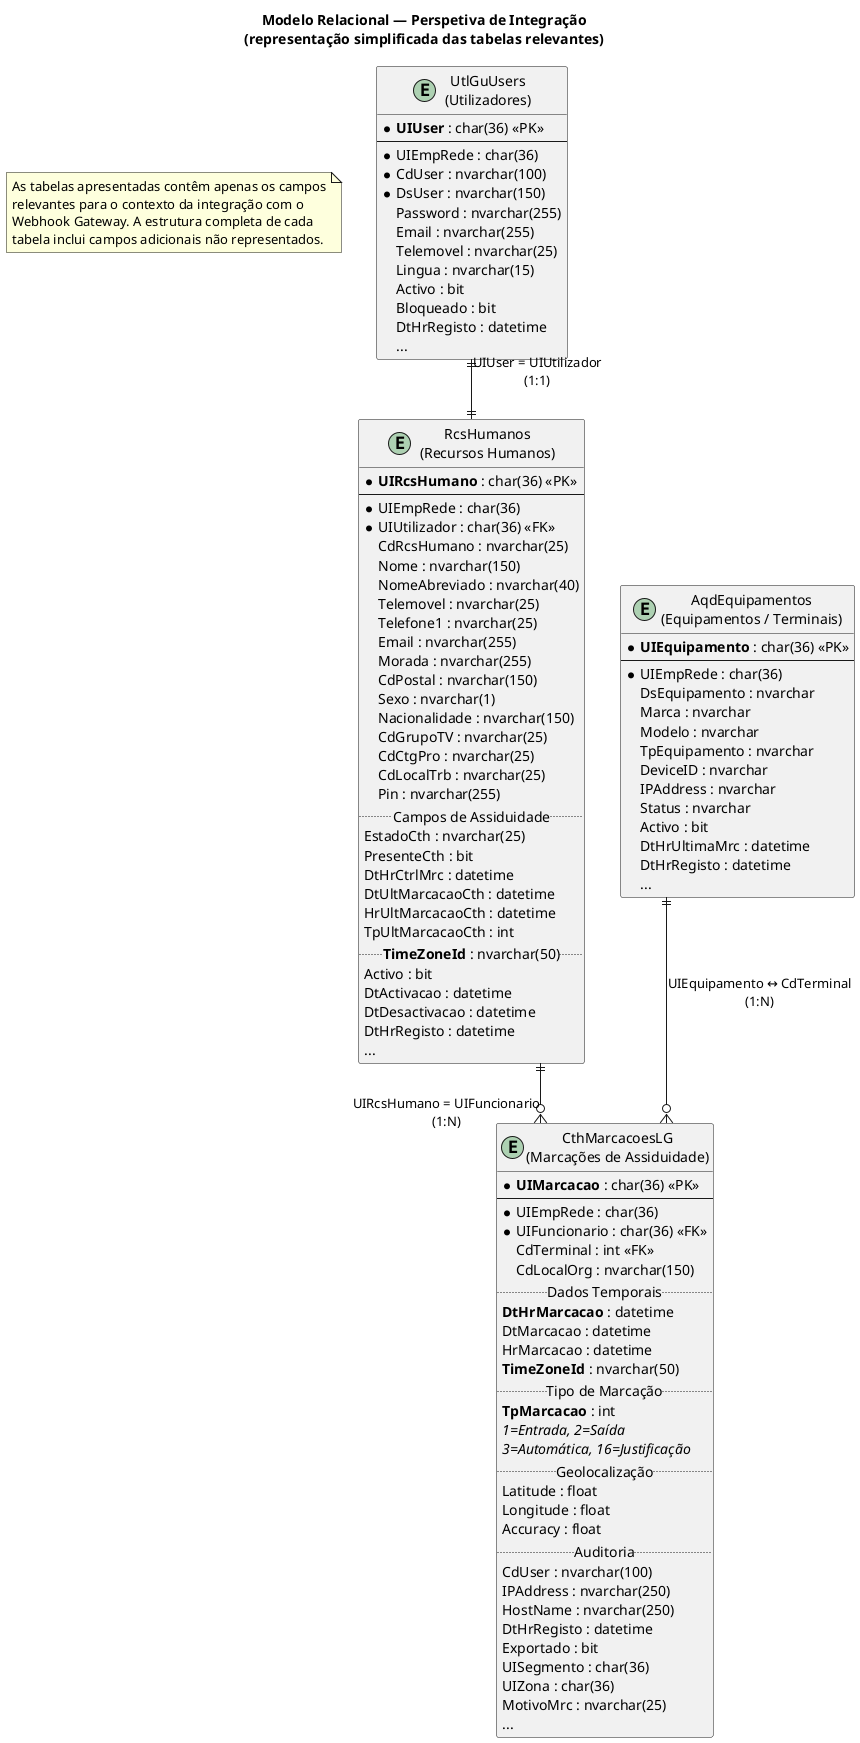
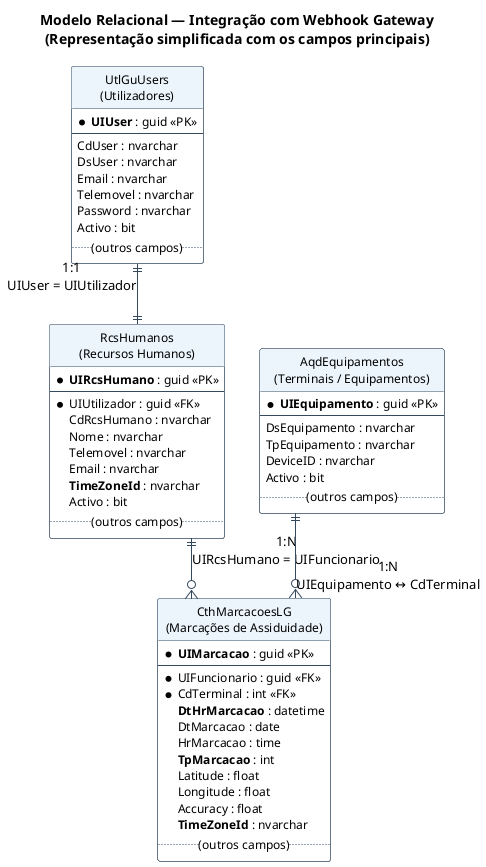
@startuml modelo_relacional
- skinparam backgroundColor #FFFFFF
+ hide circle
+ skinparam linetype ortho
skinparam shadowing false
skinparam defaultFontName "Segoe UI"
- skinparam linetype ortho

- title Modelo Relacional — Perspetiva de Integração\n(representação simplificada das tabelas relevantes)
- 
- ' ─── Nota de Contexto ─────────────────────────────────────
- note as N1
-   As tabelas apresentadas contêm apenas os campos
-   relevantes para o contexto da integração com o
-   Webhook Gateway. A estrutura completa de cada
-   tabela inclui campos adicionais não representados.
- end note
- 
- ' ─── Tabela de Utilizadores ───────────────────────────────
- entity "UtlGuUsers\n(Utilizadores)" as UTL {
-     * **UIUser** : char(36) <<PK>>
-     --
-     * UIEmpRede : char(36)
-     * CdUser : nvarchar(100)
-     * DsUser : nvarchar(150)
-       Password : nvarchar(255)
-       Email : nvarchar(255)
-       Telemovel : nvarchar(25)
-       Lingua : nvarchar(15)
-       Activo : bit
-       Bloqueado : bit
-       DtHrRegisto : datetime
-       ...
+ skinparam class {
+     BackgroundColor #FFFFFF
+     BorderColor #34495E
+     ArrowColor #34495E
+     HeaderBackgroundColor #EBF5FB
+     FontSize 13
+     AttributeFontSize 12
}

- ' ─── Tabela de Recursos Humanos ───────────────────────────
- entity "RcsHumanos\n(Recursos Humanos)" as RCS {
-     * **UIRcsHumano** : char(36) <<PK>>
+ title Modelo Relacional — Integração com Webhook Gateway\n(Representação simplificada com os campos principais)
+ 
+ entity "UtlGuUsers\n(Utilizadores)" as UTL {
+     * **UIUser** : guid <<PK>>
    --
-     * UIEmpRede : char(36)
-     * UIUtilizador : char(36) <<FK>>
-       CdRcsHumano : nvarchar(25)
-       Nome : nvarchar(150)
-       NomeAbreviado : nvarchar(40)
-       Telemovel : nvarchar(25)
-       Telefone1 : nvarchar(25)
-       Email : nvarchar(255)
-       Morada : nvarchar(255)
-       CdPostal : nvarchar(150)
-       Sexo : nvarchar(1)
-       Nacionalidade : nvarchar(150)
-       CdGrupoTV : nvarchar(25)
-       CdCtgPro : nvarchar(25)
-       CdLocalTrb : nvarchar(25)
-       Pin : nvarchar(255)
-     ..Campos de Assiduidade..
-       EstadoCth : nvarchar(25)
-       PresenteCth : bit
-       DtHrCtrlMrc : datetime
-       DtUltMarcacaoCth : datetime
-       HrUltMarcacaoCth : datetime
-       TpUltMarcacaoCth : int
-     ..**TimeZoneId** : nvarchar(50)..
-       Activo : bit
-       DtActivacao : datetime
-       DtDesactivacao : datetime
-       DtHrRegisto : datetime
-       ...
+     CdUser : nvarchar
+     DsUser : nvarchar
+     Email : nvarchar
+     Telemovel : nvarchar
+     Password : nvarchar
+     Activo : bit
+     .. (outros campos) ..
}

- ' ─── Tabela de Marcações ──────────────────────────────────
- entity "CthMarcacoesLG\n(Marcações de Assiduidade)" as MRC {
-     * **UIMarcacao** : char(36) <<PK>>
+ entity "RcsHumanos\n(Recursos Humanos)" as RCS {
+     * **UIRcsHumano** : guid <<PK>>
    --
-     * UIEmpRede : char(36)
-     * UIFuncionario : char(36) <<FK>>
-       CdTerminal : int <<FK>>
-       CdLocalOrg : nvarchar(150)
-     ..Dados Temporais..
-       **DtHrMarcacao** : datetime
-       DtMarcacao : datetime
-       HrMarcacao : datetime
-       **TimeZoneId** : nvarchar(50)
-     ..Tipo de Marcação..
-       **TpMarcacao** : int
-       //1=Entrada, 2=Saída//
-       //3=Automática, 16=Justificação//
-     ..Geolocalização..
-       Latitude : float
-       Longitude : float
-       Accuracy : float
-     ..Auditoria..
-       CdUser : nvarchar(100)
-       IPAddress : nvarchar(250)
-       HostName : nvarchar(250)
-       DtHrRegisto : datetime
-       Exportado : bit
-       UISegmento : char(36)
-       UIZona : char(36)
-       MotivoMrc : nvarchar(25)
-       ...
+     * UIUtilizador : guid <<FK>>
+     CdRcsHumano : nvarchar
+     Nome : nvarchar
+     Telemovel : nvarchar
+     Email : nvarchar
+     **TimeZoneId** : nvarchar
+     Activo : bit
+     .. (outros campos) ..
}

- ' ─── Tabela de Equipamentos ───────────────────────────────
- entity "AqdEquipamentos\n(Equipamentos / Terminais)" as EQP {
-     * **UIEquipamento** : char(36) <<PK>>
+ entity "CthMarcacoesLG\n(Marcações de Assiduidade)" as MRC {
+     * **UIMarcacao** : guid <<PK>>
    --
-     * UIEmpRede : char(36)
-       DsEquipamento : nvarchar
-       Marca : nvarchar
-       Modelo : nvarchar
-       TpEquipamento : nvarchar
-       DeviceID : nvarchar
-       IPAddress : nvarchar
-       Status : nvarchar
-       Activo : bit
-       DtHrUltimaMrc : datetime
-       DtHrRegisto : datetime
-       ...
+     * UIFuncionario : guid <<FK>>
+     * CdTerminal : int <<FK>>
+     **DtHrMarcacao** : datetime
+     DtMarcacao : date
+     HrMarcacao : time
+     **TpMarcacao** : int
+     Latitude : float
+     Longitude : float
+     Accuracy : float
+     **TimeZoneId** : nvarchar
+     .. (outros campos) ..
+ }
+ 
+ entity "AqdEquipamentos\n(Terminais / Equipamentos)" as EQP {
+     * **UIEquipamento** : guid <<PK>>
+     --
+     DsEquipamento : nvarchar
+     TpEquipamento : nvarchar
+     DeviceID : nvarchar
+     Activo : bit
+     .. (outros campos) ..
}

' ─── Relações ─────────────────────────────────────────────
- UTL ||--|| RCS : "UIUser = UIUtilizador\n(1:1)"
- RCS ||--o{ MRC : "UIRcsHumano = UIFuncionario\n(1:N)"
- EQP ||--o{ MRC : "UIEquipamento ↔ CdTerminal\n(1:N)"
+ UTL ||--|| RCS : "1:1\nUIUser = UIUtilizador"
+ RCS ||--o{ MRC : "1:N\nUIRcsHumano = UIFuncionario"
+ EQP ||--o{ MRC : "1:N\nUIEquipamento ↔ CdTerminal"

@enduml
